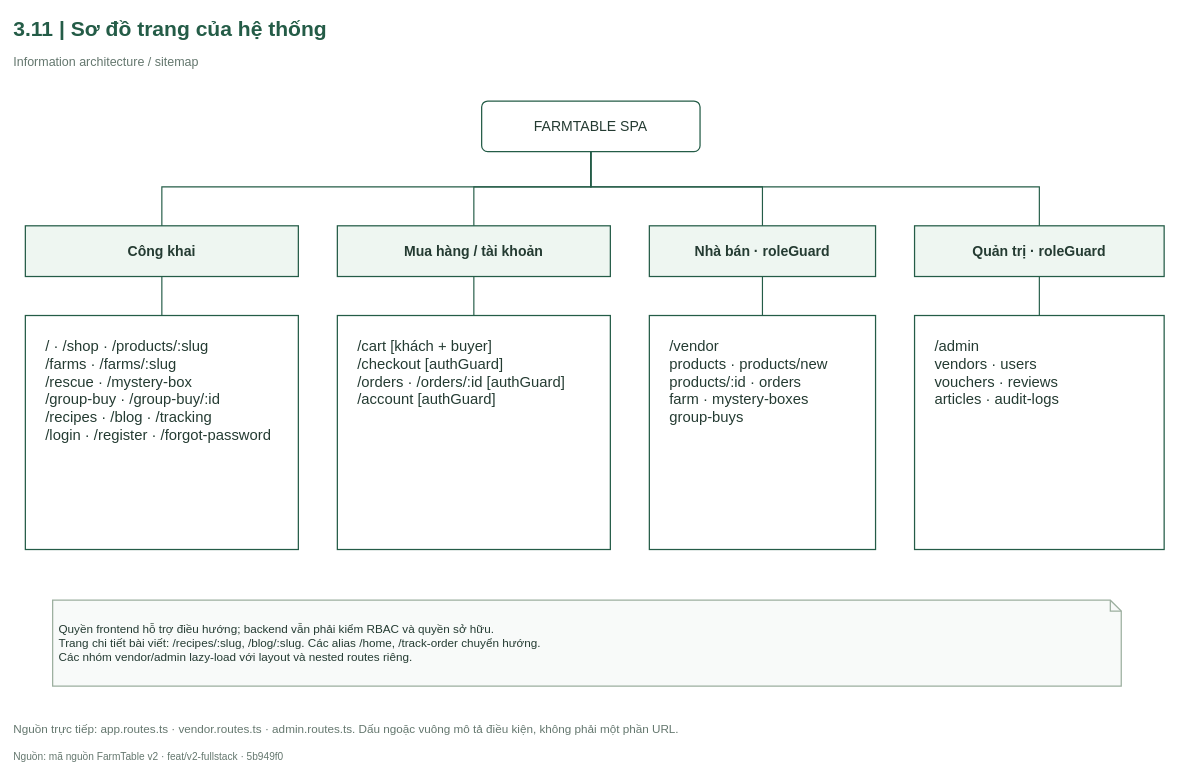
hathu1272006-eng/PTWnangcao keeps this draw.io diagram as FarmTable_Chuong3/So_do_BA/drawio/Hinh_3_11.drawio. Above is the earlier version. Source tidied: cells renumbered, new cells numbered last; positions are measured from the earlier drawing's top-left corner, leaving out a move shared by most shapes. Both pictures are drawn from the tidied source at 78%, with x=0, y=0 at pixel (13, 13).
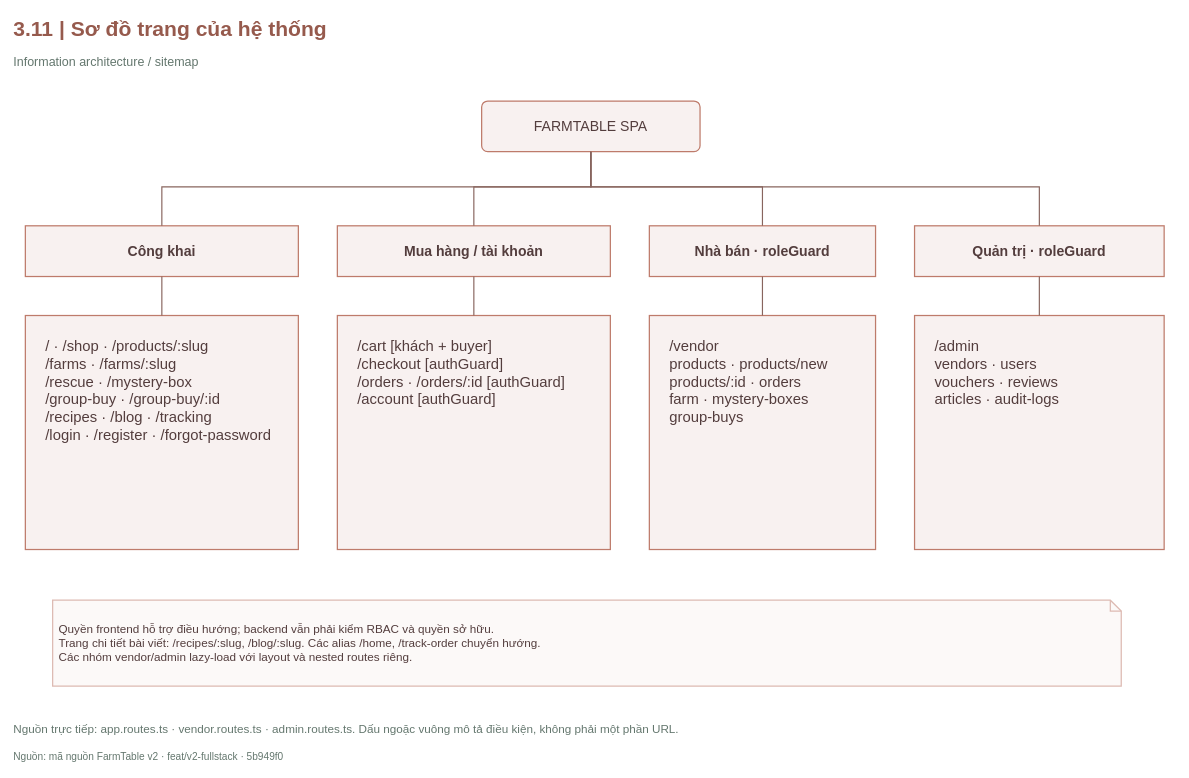
The same diagram, later.

Change to the diagram source:
```diff
@@
-    <mxCell id="2" value="3.11  |  Sơ đồ trang của hệ thống" style="html=1;whiteSpace=wrap;fontFamily=Arial;fontSize=18;fontColor=#243B32;strokeColor=#245C47;strokeWidth=1.6;fillColor=#FFFFFF;spacing=8;text;strokeColor=none;fillColor=none;align=left;verticalAlign=middle;fontSize=27;fontStyle=1;fontColor=#245C47;spacing=0;" parent="1" vertex="1">
+    <mxCell id="2" value="3.11  |  Sơ đồ trang của hệ thống" style="html=1;whiteSpace=wrap;fontFamily=Arial;fontSize=18;strokeColor=#245C47;strokeWidth=1.6;fillColor=#FFFFFF;spacing=8;text;strokeColor=none;fillColor=none;align=left;verticalAlign=middle;fontSize=27;fontStyle=1;spacing=0;fontColor=#965A4D;" parent="1" vertex="1">
       <mxGeometry width="1490" height="40" as="geometry" />
     </mxCell>
@@
-    <mxCell id="4" value="FARMTABLE SPA" style="html=1;whiteSpace=wrap;fontFamily=Arial;fontSize=18;fontColor=#243B32;strokeColor=#245C47;strokeWidth=1.6;fillColor=#FFFFFF;spacing=8;rounded=1;arcSize=12;" parent="1" vertex="1">
+    <mxCell id="4" value="FARMTABLE SPA" style="html=1;whiteSpace=wrap;fontFamily=Arial;fontSize=18;strokeWidth=1.6;spacing=8;rounded=1;arcSize=12;fillColor=#F8F1F0;strokeColor=#BE7B6B;fontColor=#533D3D;" parent="1" vertex="1">
       <mxGeometry x="600" y="112" width="280" height="65" as="geometry" />
     </mxCell>
-    <mxCell id="5" value="Công khai" style="html=1;whiteSpace=wrap;fontFamily=Arial;fontSize=18;fontColor=#243B32;strokeColor=#245C47;strokeWidth=1.6;fillColor=#FFFFFF;spacing=8;rounded=0;fillColor=#EEF6F1;fontStyle=1;" parent="1" vertex="1">
+    <mxCell id="5" value="Công khai" style="html=1;whiteSpace=wrap;fontFamily=Arial;fontSize=18;strokeWidth=1.6;spacing=8;rounded=0;fontStyle=1;fillColor=#F8F1F0;strokeColor=#BE7B6B;fontColor=#533D3D;" parent="1" vertex="1">
       <mxGeometry x="15" y="272" width="350" height="65" as="geometry" />
     </mxCell>
-    <mxCell id="6" style="edgeStyle=orthogonalEdgeStyle;rounded=0;jettySize=20;html=1;fontFamily=Arial;fontSize=15;fontColor=#243B32;labelBackgroundColor=#FFFFFF;strokeColor=#245C47;strokeWidth=1.5;endArrow=block;endFill=1;endArrow=none;startArrow=none;exitX=0.5;exitY=1;entryX=0.5;entryY=0;exitDx=0;exitDy=0;entryDx=0;entryDy=0;" parent="1" edge="1" source="4" target="5">
+    <mxCell id="6" style="edgeStyle=orthogonalEdgeStyle;rounded=0;jettySize=20;html=1;fontFamily=Arial;fontSize=15;labelBackgroundColor=#FFFFFF;strokeWidth=1.5;endArrow=block;endFill=1;endArrow=none;startArrow=none;exitX=0.5;exitY=1;entryX=0.5;entryY=0;exitDx=0;exitDy=0;entryDx=0;entryDy=0;strokeColor=#88655E;fontColor=#533D3D;" parent="1" edge="1" source="4" target="5">
       <mxGeometry relative="1" as="geometry">
         <Array as="points">
           <mxPoint x="740" y="222" />
           <mxPoint x="190" y="222" />
         </Array>
       </mxGeometry>
     </mxCell>
-    <mxCell id="7" value="Mua hàng / tài khoản" style="html=1;whiteSpace=wrap;fontFamily=Arial;fontSize=18;fontColor=#243B32;strokeColor=#245C47;strokeWidth=1.6;fillColor=#FFFFFF;spacing=8;rounded=0;fillColor=#EEF6F1;fontStyle=1;" parent="1" vertex="1">
+    <mxCell id="7" value="Mua hàng / tài khoản" style="html=1;whiteSpace=wrap;fontFamily=Arial;fontSize=18;strokeWidth=1.6;spacing=8;rounded=0;fontStyle=1;fillColor=#F8F1F0;strokeColor=#BE7B6B;fontColor=#533D3D;" parent="1" vertex="1">
       <mxGeometry x="415" y="272" width="350" height="65" as="geometry" />
     </mxCell>
-    <mxCell id="8" style="edgeStyle=orthogonalEdgeStyle;rounded=0;jettySize=20;html=1;fontFamily=Arial;fontSize=15;fontColor=#243B32;labelBackgroundColor=#FFFFFF;strokeColor=#245C47;strokeWidth=1.5;endArrow=block;endFill=1;endArrow=none;startArrow=none;exitX=0.5;exitY=1;entryX=0.5;entryY=0;exitDx=0;exitDy=0;entryDx=0;entryDy=0;" parent="1" edge="1" source="4" target="7">
+    <mxCell id="8" style="edgeStyle=orthogonalEdgeStyle;rounded=0;jettySize=20;html=1;fontFamily=Arial;fontSize=15;labelBackgroundColor=#FFFFFF;strokeWidth=1.5;endArrow=block;endFill=1;endArrow=none;startArrow=none;exitX=0.5;exitY=1;entryX=0.5;entryY=0;exitDx=0;exitDy=0;entryDx=0;entryDy=0;strokeColor=#88655E;fontColor=#533D3D;" parent="1" edge="1" source="4" target="7">
       <mxGeometry relative="1" as="geometry">
         <Array as="points">
           <mxPoint x="740" y="222" />
           <mxPoint x="590" y="222" />
         </Array>
       </mxGeometry>
     </mxCell>
-    <mxCell id="9" value="Nhà bán · roleGuard" style="html=1;whiteSpace=wrap;fontFamily=Arial;fontSize=18;fontColor=#243B32;strokeColor=#245C47;strokeWidth=1.6;fillColor=#FFFFFF;spacing=8;rounded=0;fillColor=#EEF6F1;fontStyle=1;" parent="1" vertex="1">
+    <mxCell id="9" value="Nhà bán · roleGuard" style="html=1;whiteSpace=wrap;fontFamily=Arial;fontSize=18;strokeWidth=1.6;spacing=8;rounded=0;fontStyle=1;fillColor=#F8F1F0;strokeColor=#BE7B6B;fontColor=#533D3D;" parent="1" vertex="1">
       <mxGeometry x="815" y="272" width="290" height="65" as="geometry" />
     </mxCell>
-    <mxCell id="10" style="edgeStyle=orthogonalEdgeStyle;rounded=0;jettySize=20;html=1;fontFamily=Arial;fontSize=15;fontColor=#243B32;labelBackgroundColor=#FFFFFF;strokeColor=#245C47;strokeWidth=1.5;endArrow=block;endFill=1;endArrow=none;startArrow=none;exitX=0.5;exitY=1;entryX=0.5;entryY=0;exitDx=0;exitDy=0;entryDx=0;entryDy=0;" parent="1" edge="1" source="4" target="9">
+    <mxCell id="10" style="edgeStyle=orthogonalEdgeStyle;rounded=0;jettySize=20;html=1;fontFamily=Arial;fontSize=15;labelBackgroundColor=#FFFFFF;strokeWidth=1.5;endArrow=block;endFill=1;endArrow=none;startArrow=none;exitX=0.5;exitY=1;entryX=0.5;entryY=0;exitDx=0;exitDy=0;entryDx=0;entryDy=0;strokeColor=#88655E;fontColor=#533D3D;" parent="1" edge="1" source="4" target="9">
       <mxGeometry relative="1" as="geometry">
         <Array as="points">
           <mxPoint x="740" y="222" />
           <mxPoint x="960" y="222" />
         </Array>
       </mxGeometry>
     </mxCell>
-    <mxCell id="11" value="Quản trị · roleGuard" style="html=1;whiteSpace=wrap;fontFamily=Arial;fontSize=18;fontColor=#243B32;strokeColor=#245C47;strokeWidth=1.6;fillColor=#FFFFFF;spacing=8;rounded=0;fillColor=#EEF6F1;fontStyle=1;" parent="1" vertex="1">
+    <mxCell id="11" value="Quản trị · roleGuard" style="html=1;whiteSpace=wrap;fontFamily=Arial;fontSize=18;strokeWidth=1.6;spacing=8;rounded=0;fontStyle=1;fillColor=#F8F1F0;strokeColor=#BE7B6B;fontColor=#533D3D;" parent="1" vertex="1">
       <mxGeometry x="1155" y="272" width="320" height="65" as="geometry" />
     </mxCell>
-    <mxCell id="12" style="edgeStyle=orthogonalEdgeStyle;rounded=0;jettySize=20;html=1;fontFamily=Arial;fontSize=15;fontColor=#243B32;labelBackgroundColor=#FFFFFF;strokeColor=#245C47;strokeWidth=1.5;endArrow=block;endFill=1;endArrow=none;startArrow=none;exitX=0.5;exitY=1;entryX=0.5;entryY=0;exitDx=0;exitDy=0;entryDx=0;entryDy=0;" parent="1" edge="1" source="4" target="11">
+    <mxCell id="12" style="edgeStyle=orthogonalEdgeStyle;rounded=0;jettySize=20;html=1;fontFamily=Arial;fontSize=15;labelBackgroundColor=#FFFFFF;strokeWidth=1.5;endArrow=block;endFill=1;endArrow=none;startArrow=none;exitX=0.5;exitY=1;entryX=0.5;entryY=0;exitDx=0;exitDy=0;entryDx=0;entryDy=0;strokeColor=#88655E;fontColor=#533D3D;" parent="1" edge="1" source="4" target="11">
       <mxGeometry relative="1" as="geometry">
         <Array as="points">
           <mxPoint x="740" y="222" />
           <mxPoint x="1315" y="222" />
         </Array>
       </mxGeometry>
     </mxCell>
-    <mxCell id="13" value="/ · /shop · /products/:slug&lt;br/&gt;/farms · /farms/:slug&lt;br/&gt;/rescue · /mystery-box&lt;br/&gt;/group-buy · /group-buy/:id&lt;br/&gt;/recipes · /blog · /tracking&lt;br/&gt;/login · /register · /forgot-password" style="html=1;whiteSpace=wrap;fontFamily=Arial;fontSize=18;fontColor=#243B32;strokeColor=#245C47;strokeWidth=1.6;fillColor=#FFFFFF;spacing=8;rounded=0;align=left;spacingLeft=18;fontSize=19;verticalAlign=top;spacingTop=16;" parent="1" vertex="1">
+    <mxCell id="13" value="/ · /shop · /products/:slug&lt;br/&gt;/farms · /farms/:slug&lt;br/&gt;/rescue · /mystery-box&lt;br/&gt;/group-buy · /group-buy/:id&lt;br/&gt;/recipes · /blog · /tracking&lt;br/&gt;/login · /register · /forgot-password" style="html=1;whiteSpace=wrap;fontFamily=Arial;fontSize=18;strokeWidth=1.6;spacing=8;rounded=0;align=left;spacingLeft=18;fontSize=19;verticalAlign=top;spacingTop=16;fillColor=#F8F1F0;strokeColor=#BE7B6B;fontColor=#533D3D;" parent="1" vertex="1">
       <mxGeometry x="15" y="387" width="350" height="300" as="geometry" />
     </mxCell>
-    <mxCell id="14" style="edgeStyle=orthogonalEdgeStyle;rounded=0;jettySize=20;html=1;fontFamily=Arial;fontSize=15;fontColor=#243B32;labelBackgroundColor=#FFFFFF;strokeColor=#245C47;strokeWidth=1.5;endArrow=block;endFill=1;endArrow=none;startArrow=none;exitX=0.5;exitY=1;entryX=0.5;entryY=0;exitDx=0;exitDy=0;entryDx=0;entryDy=0;" parent="1" edge="1" source="5" target="13">
+    <mxCell id="14" style="edgeStyle=orthogonalEdgeStyle;rounded=0;jettySize=20;html=1;fontFamily=Arial;fontSize=15;labelBackgroundColor=#FFFFFF;strokeWidth=1.5;endArrow=block;endFill=1;endArrow=none;startArrow=none;exitX=0.5;exitY=1;entryX=0.5;entryY=0;exitDx=0;exitDy=0;entryDx=0;entryDy=0;strokeColor=#88655E;fontColor=#533D3D;" parent="1" edge="1" source="5" target="13">
       <mxGeometry relative="1" as="geometry" />
     </mxCell>
-    <mxCell id="15" value="/cart [khách + buyer]&lt;br/&gt;/checkout [authGuard]&lt;br/&gt;/orders · /orders/:id [authGuard]&lt;br/&gt;/account [authGuard]" style="html=1;whiteSpace=wrap;fontFamily=Arial;fontSize=18;fontColor=#243B32;strokeColor=#245C47;strokeWidth=1.6;fillColor=#FFFFFF;spacing=8;rounded=0;align=left;spacingLeft=18;fontSize=19;verticalAlign=top;spacingTop=16;" parent="1" vertex="1">
+    <mxCell id="15" value="/cart [khách + buyer]&lt;br/&gt;/checkout [authGuard]&lt;br/&gt;/orders · /orders/:id [authGuard]&lt;br/&gt;/account [authGuard]" style="html=1;whiteSpace=wrap;fontFamily=Arial;fontSize=18;strokeWidth=1.6;spacing=8;rounded=0;align=left;spacingLeft=18;fontSize=19;verticalAlign=top;spacingTop=16;fillColor=#F8F1F0;strokeColor=#BE7B6B;fontColor=#533D3D;" parent="1" vertex="1">
       <mxGeometry x="415" y="387" width="350" height="300" as="geometry" />
     </mxCell>
-    <mxCell id="16" style="edgeStyle=orthogonalEdgeStyle;rounded=0;jettySize=20;html=1;fontFamily=Arial;fontSize=15;fontColor=#243B32;labelBackgroundColor=#FFFFFF;strokeColor=#245C47;strokeWidth=1.5;endArrow=block;endFill=1;endArrow=none;startArrow=none;exitX=0.5;exitY=1;entryX=0.5;entryY=0;exitDx=0;exitDy=0;entryDx=0;entryDy=0;" parent="1" edge="1" source="7" target="15">
+    <mxCell id="16" style="edgeStyle=orthogonalEdgeStyle;rounded=0;jettySize=20;html=1;fontFamily=Arial;fontSize=15;labelBackgroundColor=#FFFFFF;strokeWidth=1.5;endArrow=block;endFill=1;endArrow=none;startArrow=none;exitX=0.5;exitY=1;entryX=0.5;entryY=0;exitDx=0;exitDy=0;entryDx=0;entryDy=0;strokeColor=#88655E;fontColor=#533D3D;" parent="1" edge="1" source="7" target="15">
       <mxGeometry relative="1" as="geometry" />
     </mxCell>
-    <mxCell id="17" value="/vendor&lt;br/&gt;products · products/new&lt;br/&gt;products/:id · orders&lt;br/&gt;farm · mystery-boxes&lt;br/&gt;group-buys" style="html=1;whiteSpace=wrap;fontFamily=Arial;fontSize=18;fontColor=#243B32;strokeColor=#245C47;strokeWidth=1.6;fillColor=#FFFFFF;spacing=8;rounded=0;align=left;spacingLeft=18;fontSize=19;verticalAlign=top;spacingTop=16;" parent="1" vertex="1">
+    <mxCell id="17" value="/vendor&lt;br/&gt;products · products/new&lt;br/&gt;products/:id · orders&lt;br/&gt;farm · mystery-boxes&lt;br/&gt;group-buys" style="html=1;whiteSpace=wrap;fontFamily=Arial;fontSize=18;strokeWidth=1.6;spacing=8;rounded=0;align=left;spacingLeft=18;fontSize=19;verticalAlign=top;spacingTop=16;fillColor=#F8F1F0;strokeColor=#BE7B6B;fontColor=#533D3D;" parent="1" vertex="1">
       <mxGeometry x="815" y="387" width="290" height="300" as="geometry" />
     </mxCell>
-    <mxCell id="18" style="edgeStyle=orthogonalEdgeStyle;rounded=0;jettySize=20;html=1;fontFamily=Arial;fontSize=15;fontColor=#243B32;labelBackgroundColor=#FFFFFF;strokeColor=#245C47;strokeWidth=1.5;endArrow=block;endFill=1;endArrow=none;startArrow=none;exitX=0.5;exitY=1;entryX=0.5;entryY=0;exitDx=0;exitDy=0;entryDx=0;entryDy=0;" parent="1" edge="1" source="9" target="17">
+    <mxCell id="18" style="edgeStyle=orthogonalEdgeStyle;rounded=0;jettySize=20;html=1;fontFamily=Arial;fontSize=15;labelBackgroundColor=#FFFFFF;strokeWidth=1.5;endArrow=block;endFill=1;endArrow=none;startArrow=none;exitX=0.5;exitY=1;entryX=0.5;entryY=0;exitDx=0;exitDy=0;entryDx=0;entryDy=0;strokeColor=#88655E;fontColor=#533D3D;" parent="1" edge="1" source="9" target="17">
       <mxGeometry relative="1" as="geometry" />
     </mxCell>
-    <mxCell id="19" value="/admin&lt;br/&gt;vendors · users&lt;br/&gt;vouchers · reviews&lt;br/&gt;articles · audit-logs" style="html=1;whiteSpace=wrap;fontFamily=Arial;fontSize=18;fontColor=#243B32;strokeColor=#245C47;strokeWidth=1.6;fillColor=#FFFFFF;spacing=8;rounded=0;align=left;spacingLeft=18;fontSize=19;verticalAlign=top;spacingTop=16;" parent="1" vertex="1">
+    <mxCell id="19" value="/admin&lt;br/&gt;vendors · users&lt;br/&gt;vouchers · reviews&lt;br/&gt;articles · audit-logs" style="html=1;whiteSpace=wrap;fontFamily=Arial;fontSize=18;strokeWidth=1.6;spacing=8;rounded=0;align=left;spacingLeft=18;fontSize=19;verticalAlign=top;spacingTop=16;fillColor=#F8F1F0;strokeColor=#BE7B6B;fontColor=#533D3D;" parent="1" vertex="1">
       <mxGeometry x="1155" y="387" width="320" height="300" as="geometry" />
     </mxCell>
-    <mxCell id="20" style="edgeStyle=orthogonalEdgeStyle;rounded=0;jettySize=20;html=1;fontFamily=Arial;fontSize=15;fontColor=#243B32;labelBackgroundColor=#FFFFFF;strokeColor=#245C47;strokeWidth=1.5;endArrow=block;endFill=1;endArrow=none;startArrow=none;exitX=0.5;exitY=1;entryX=0.5;entryY=0;exitDx=0;exitDy=0;entryDx=0;entryDy=0;" parent="1" edge="1" source="11" target="19">
+    <mxCell id="20" style="edgeStyle=orthogonalEdgeStyle;rounded=0;jettySize=20;html=1;fontFamily=Arial;fontSize=15;labelBackgroundColor=#FFFFFF;strokeWidth=1.5;endArrow=block;endFill=1;endArrow=none;startArrow=none;exitX=0.5;exitY=1;entryX=0.5;entryY=0;exitDx=0;exitDy=0;entryDx=0;entryDy=0;strokeColor=#88655E;fontColor=#533D3D;" parent="1" edge="1" source="11" target="19">
       <mxGeometry relative="1" as="geometry" />
     </mxCell>
-    <mxCell id="21" value="Quyền frontend hỗ trợ điều hướng; backend vẫn phải kiểm RBAC và quyền sở hữu.&lt;br/&gt;Trang chi tiết bài viết: /recipes/:slug, /blog/:slug. Các alias /home, /track-order chuyển hướng.&lt;br/&gt;Các nhóm vendor/admin lazy-load với layout và nested routes riêng." style="html=1;whiteSpace=wrap;fontFamily=Arial;fontSize=18;fontColor=#243B32;strokeColor=#245C47;strokeWidth=1.6;fillColor=#FFFFFF;spacing=8;shape=note;size=14;fillColor=#F8FAF9;strokeColor=#9CAF9F;align=left;fontSize=15;" parent="1" vertex="1">
+    <mxCell id="21" value="Quyền frontend hỗ trợ điều hướng; backend vẫn phải kiểm RBAC và quyền sở hữu.&lt;br/&gt;Trang chi tiết bài viết: /recipes/:slug, /blog/:slug. Các alias /home, /track-order chuyển hướng.&lt;br/&gt;Các nhóm vendor/admin lazy-load với layout và nested routes riêng." style="html=1;whiteSpace=wrap;fontFamily=Arial;fontSize=18;strokeWidth=1.6;spacing=8;shape=note;size=14;align=left;fontSize=15;fillColor=#FCF9F8;strokeColor=#DDBAB2;fontColor=#533D3D;" parent="1" vertex="1">
       <mxGeometry x="50" y="752" width="1370" height="110" as="geometry" />
     </mxCell>
```
